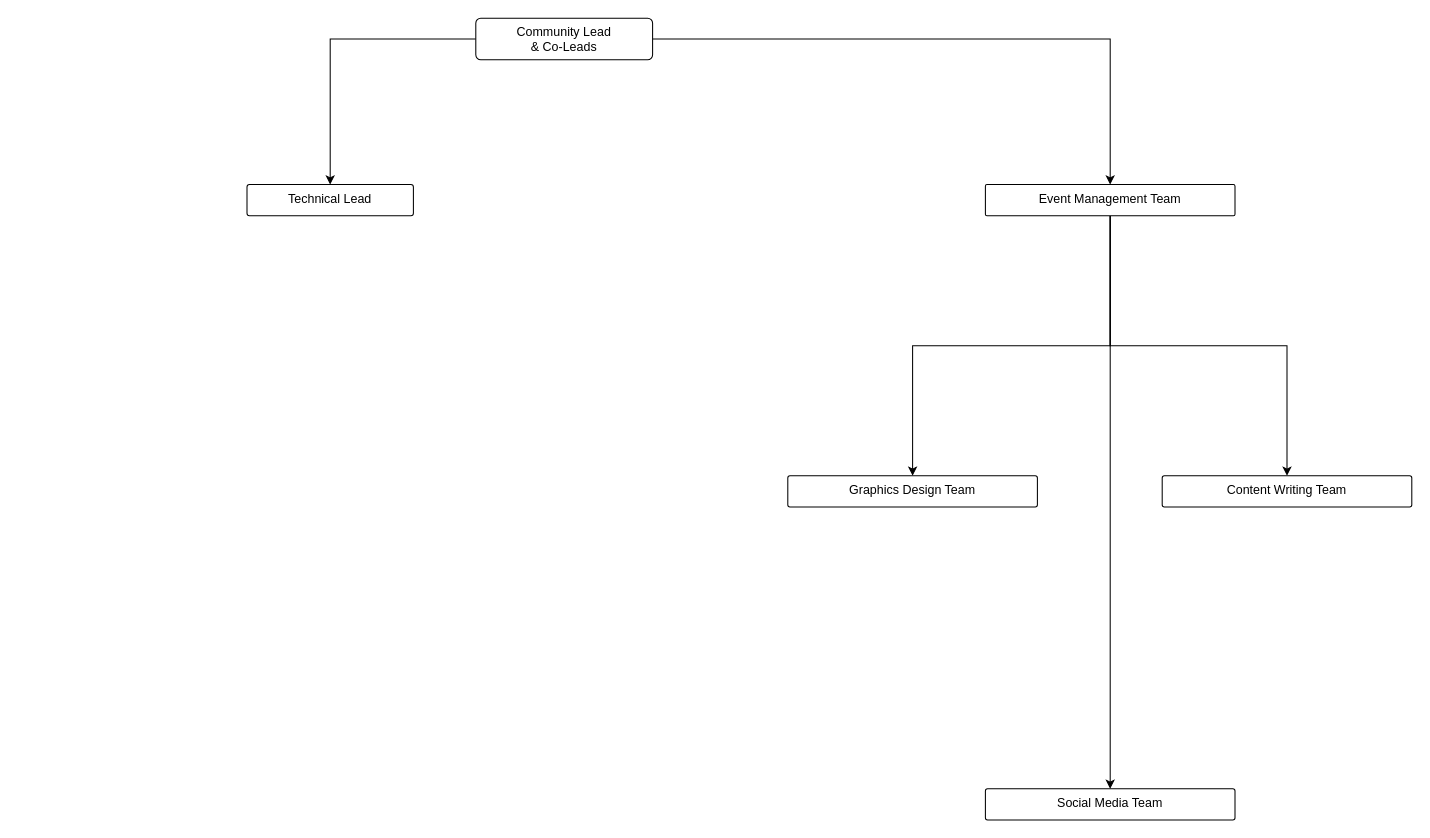
Earlier version of the draw.io diagram draw-io-diagrams/community-hierachy.drawio (MLSA-Sanins/miscellaneous-stuff). Source tidied: cells renumbered, new cells numbered last; positions are measured from the earlier drawing's top-left corner, leaving out a move shared by most shapes. Both pictures are drawn from the tidied source at 104%, with x=0, y=0 at pixel (246, 18).
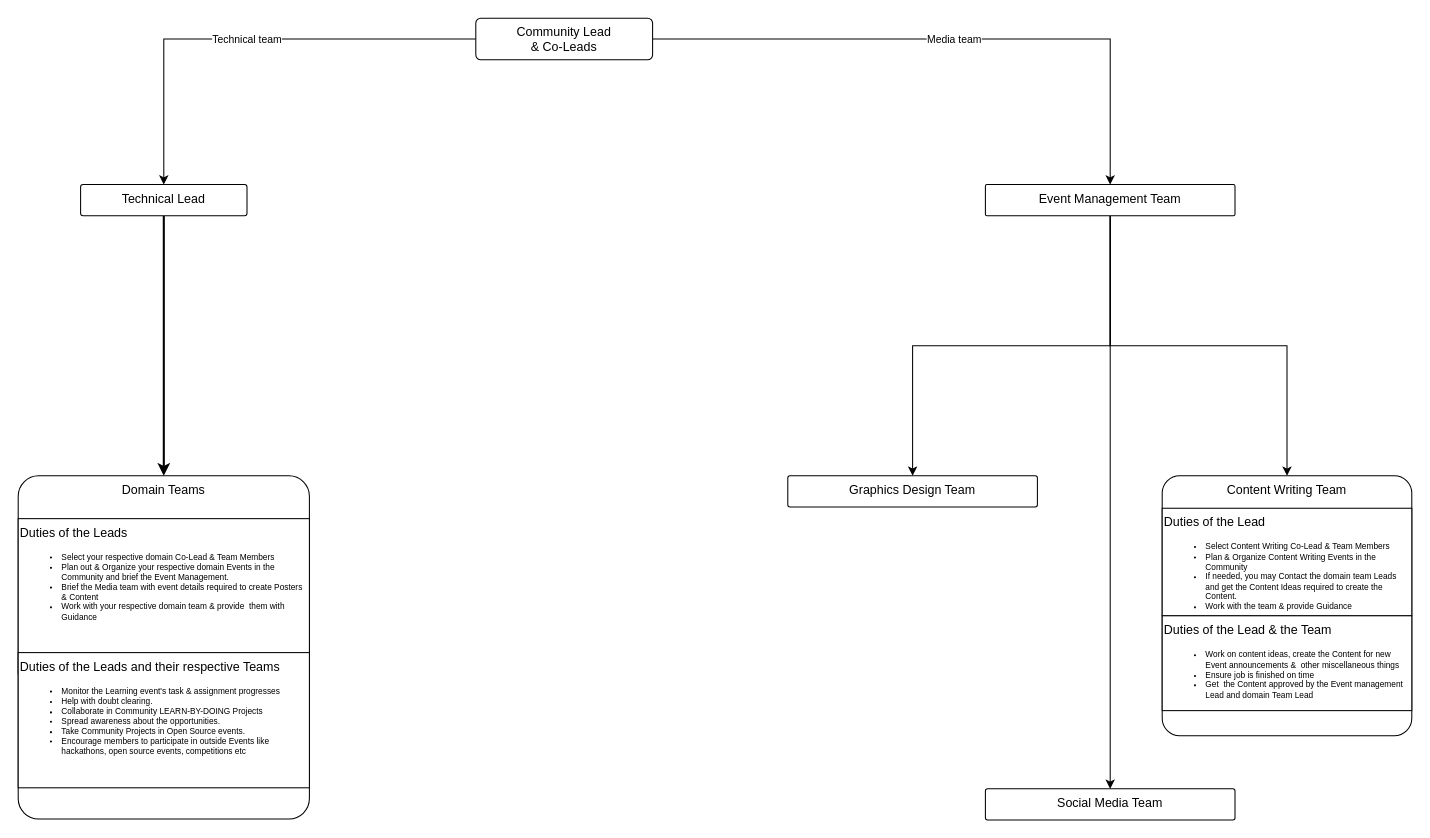
Above is the later version.

Commit message:
technical team branch done

What changed in the source:
```diff
@@
 <mxGraphModel>
   <root>
     <mxCell id="0" />
     <mxCell id="1" parent="0" />
-    <mxCell id="2" style="edgeStyle=orthogonalEdgeStyle;rounded=0;jettySize=auto;html=1;fontSize=8;entryX=0.5;entryY=0;entryDx=0;entryDy=0;" parent="1" edge="1" source="4" target="5">
+    <mxCell id="2" value="&lt;font style=&quot;font-size: 10px&quot;&gt;Technical team&lt;/font&gt;" style="edgeStyle=orthogonalEdgeStyle;rounded=0;jettySize=auto;html=1;fontSize=8;entryX=0.5;entryY=0;entryDx=0;entryDy=0;" parent="1" edge="1" source="4" target="5">
       <mxGeometry relative="1" as="geometry" />
     </mxCell>
-    <mxCell id="3" style="edgeStyle=orthogonalEdgeStyle;rounded=0;jettySize=auto;html=1;entryX=0.5;entryY=0;entryDx=0;entryDy=0;fontSize=8;" parent="1" edge="1" source="4" target="9">
+    <mxCell id="3" value="&lt;span style=&quot;font-size: 10px&quot;&gt;Media team&lt;/span&gt;" style="edgeStyle=orthogonalEdgeStyle;rounded=0;jettySize=auto;html=1;entryX=0.5;entryY=0;entryDx=0;entryDy=0;fontSize=8;" parent="1" edge="1" source="4" target="9">
       <mxGeometry relative="1" as="geometry" />
     </mxCell>
     <mxCell id="4" value="Community Lead &lt;br&gt;&amp;amp; Co-Leads" style="rounded=1;whiteSpace=wrap;html=1;arcSize=12;verticalAlign=top;" parent="1" vertex="1" collapsed="1">
       <mxGeometry x="220" width="170" height="40" as="geometry" />
     </mxCell>
+    <mxCell id="13" style="edgeStyle=orthogonalEdgeStyle;rounded=0;jumpSize=3;jettySize=auto;html=1;entryX=0.5;entryY=0;entryDx=0;entryDy=0;fontFamily=Helvetica;fontSize=12;fontColor=default;strokeWidth=2;" parent="1" edge="1" source="5" target="16">
+      <mxGeometry relative="1" as="geometry" />
+    </mxCell>
     <mxCell id="5" value="Technical Lead" style="rounded=1;whiteSpace=wrap;html=1;arcSize=8;verticalAlign=top;" parent="1" vertex="1" collapsed="1">
-      <mxGeometry y="160" width="160" height="30" as="geometry" />
+      <mxGeometry x="-160" y="160" width="160" height="30" as="geometry" />
     </mxCell>
     <mxCell id="6" style="edgeStyle=orthogonalEdgeStyle;rounded=0;jettySize=auto;html=1;exitX=0.5;exitY=1;exitDx=0;exitDy=0;entryX=0.5;entryY=0;entryDx=0;entryDy=0;fontSize=8;" parent="1" edge="1" source="9" target="12">
       <mxGeometry relative="1" as="geometry" />
     </mxCell>
     <mxCell id="7" style="edgeStyle=orthogonalEdgeStyle;rounded=0;jettySize=auto;html=1;entryX=0.5;entryY=0;entryDx=0;entryDy=0;fontFamily=Helvetica;fontSize=12;fontColor=default;" parent="1" edge="1" source="9" target="10">
       <mxGeometry relative="1" as="geometry" />
     </mxCell>
     <mxCell id="8" style="edgeStyle=orthogonalEdgeStyle;rounded=0;jettySize=auto;html=1;entryX=0.5;entryY=0;entryDx=0;entryDy=0;fontFamily=Helvetica;fontSize=12;fontColor=default;" parent="1" edge="1" source="9" target="11">
       <mxGeometry relative="1" as="geometry" />
     </mxCell>
     <mxCell id="9" value="Event Management Team" style="rounded=1;whiteSpace=wrap;html=1;arcSize=5;verticalAlign=top;" parent="1" vertex="1" collapsed="1">
       <mxGeometry x="710" y="160" width="240" height="30" as="geometry" />
     </mxCell>
     <mxCell id="10" value="Graphics Design Team" style="rounded=1;whiteSpace=wrap;html=1;arcSize=7;verticalAlign=top;" parent="1" vertex="1" collapsed="1">
       <mxGeometry x="520" y="440" width="240" height="30" as="geometry" />
     </mxCell>
-    <mxCell id="11" value="Content Writing Team" style="rounded=1;whiteSpace=wrap;html=1;arcSize=7;verticalAlign=top;" parent="1" vertex="1" collapsed="1">
-      <mxGeometry x="880" y="440" width="240" height="30" as="geometry" />
+    <mxCell id="11" value="Content Writing Team" style="rounded=1;whiteSpace=wrap;html=1;arcSize=7;verticalAlign=top;" parent="1" vertex="1">
+      <mxGeometry x="880" y="440" width="240" height="250" as="geometry" />
     </mxCell>
+    <mxCell id="14" value="Duties of the Lead&lt;br&gt;&lt;ul&gt;&lt;li style=&quot;font-size: 8px&quot;&gt;Select Content Writing Co-Lead &amp;amp; Team Members&lt;/li&gt;&lt;li style=&quot;font-size: 8px&quot;&gt;Plan &amp;amp; Organize Content Writing Events in the Community&lt;/li&gt;&lt;li style=&quot;font-size: 8px&quot;&gt;If needed, you may Contact the domain team Leads and get the Content Ideas required to create the Content.&lt;/li&gt;&lt;li style=&quot;font-size: 8px&quot;&gt;Work with the team &amp;amp; provide Guidance&lt;/li&gt;&lt;/ul&gt;" style="rounded=0;whiteSpace=wrap;html=1;verticalAlign=top;align=left;" parent="11" vertex="1">
+      <mxGeometry y="31.2" width="240" height="103.4" as="geometry" />
+    </mxCell>
+    <mxCell id="15" value="Duties of the Lead &amp;amp; the Team&lt;br&gt;&lt;div&gt;&lt;ul&gt;&lt;li style=&quot;font-size: 8px&quot;&gt;Work on content ideas, create the Content for new Event announcements &amp;amp;&amp;nbsp; other miscellaneous things&lt;/li&gt;&lt;li style=&quot;font-size: 8px&quot;&gt;Ensure job is finished on time&lt;/li&gt;&lt;li style=&quot;font-size: 8px&quot;&gt;Get&amp;nbsp; the Content approved by the Event management Lead and domain&amp;nbsp;Team Lead&lt;/li&gt;&lt;/ul&gt;&lt;/div&gt;" style="rounded=0;whiteSpace=wrap;html=1;verticalAlign=top;align=left;horizontal=1;" parent="11" vertex="1">
+      <mxGeometry y="134.6" width="240" height="91.2" as="geometry" />
+    </mxCell>
     <mxCell id="12" value="Social Media Team" style="rounded=1;whiteSpace=wrap;html=1;arcSize=7;verticalAlign=top;" parent="1" vertex="1" collapsed="1">
       <mxGeometry x="710" y="741" width="240" height="30" as="geometry" />
     </mxCell>
+    <mxCell id="16" value="Domain Teams" style="rounded=1;whiteSpace=wrap;html=1;arcSize=7;verticalAlign=top;" parent="1" vertex="1">
+      <mxGeometry x="-220" y="440" width="280" height="330" as="geometry" />
+    </mxCell>
+    <mxCell id="17" value="Duties of the Leads&lt;br&gt;&lt;ul&gt;&lt;li style=&quot;font-size: 8px&quot;&gt;Select your respective domain Co-Lead &amp;amp; Team Members&lt;/li&gt;&lt;li style=&quot;font-size: 8px&quot;&gt;Plan out &amp;amp; Organize your respective domain Events in the Community and brief the Event Management.&amp;nbsp;&lt;/li&gt;&lt;li style=&quot;font-size: 8px&quot;&gt;&lt;span&gt;Brief the Media team with event details required to create Posters &amp;amp; Content&lt;/span&gt;&lt;/li&gt;&lt;li style=&quot;font-size: 8px&quot;&gt;&lt;span&gt;Work with your respective domain&amp;nbsp;team &amp;amp; provide&amp;nbsp; them with Guidance&lt;/span&gt;&lt;br&gt;&lt;/li&gt;&lt;/ul&gt;" style="rounded=0;whiteSpace=wrap;html=1;verticalAlign=top;align=left;" parent="16" vertex="1">
+      <mxGeometry y="41.2" width="280" height="149.1" as="geometry" />
+    </mxCell>
+    <mxCell id="18" value="Duties of the Leads and their respective Teams&lt;br&gt;&lt;div&gt;&lt;ul&gt;&lt;li style=&quot;font-size: 8px&quot;&gt;&lt;span&gt;Monitor the Learning event's task &amp;amp; assignment progresses&lt;/span&gt;&lt;br&gt;&lt;/li&gt;&lt;li style=&quot;font-size: 8px&quot;&gt;Help with doubt clearing.&lt;/li&gt;&lt;li style=&quot;font-size: 8px&quot;&gt;&lt;span&gt;Collaborate in Community LEARN-BY-DOING Projects&lt;/span&gt;&lt;br&gt;&lt;/li&gt;&lt;li style=&quot;font-size: 8px&quot;&gt;&lt;span&gt;Spread awareness about the opportunities.&lt;/span&gt;&lt;/li&gt;&lt;li style=&quot;font-size: 8px&quot;&gt;Take Community Projects in Open Source events.&lt;/li&gt;&lt;li style=&quot;font-size: 8px&quot;&gt;Encourage members to participate in outside Events like hackathons, open source events, competitions etc&lt;/li&gt;&lt;/ul&gt;&lt;/div&gt;" style="rounded=0;whiteSpace=wrap;html=1;verticalAlign=top;align=left;horizontal=1;" parent="16" vertex="1">
+      <mxGeometry y="170" width="280" height="130" as="geometry" />
+    </mxCell>
   </root>
 </mxGraphModel>
```
